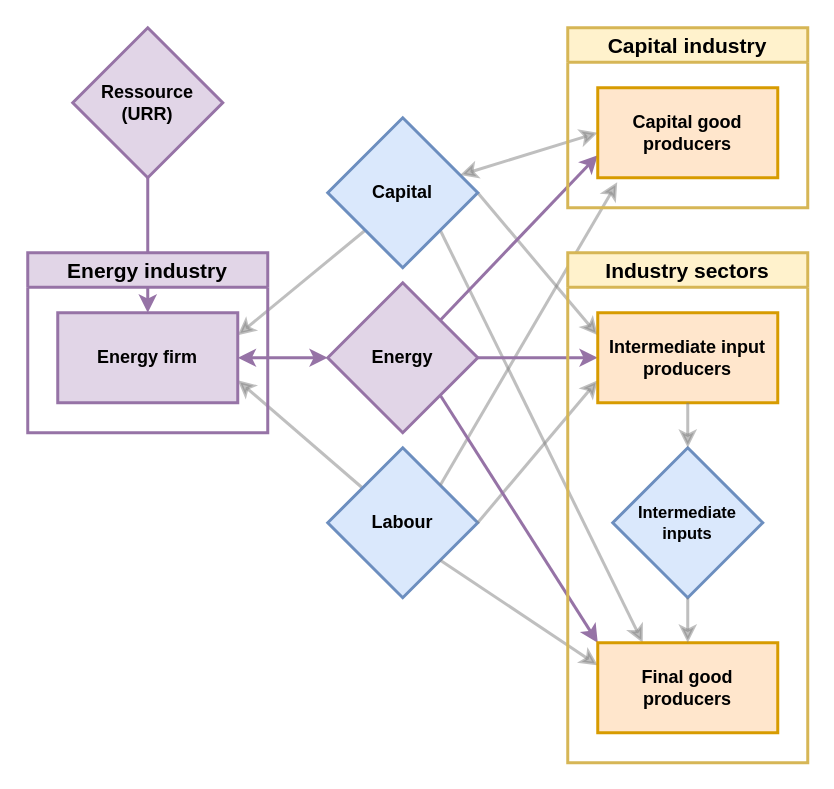
Before: Economy_Industries_inclEnergy.drawio in zauster/draw.io, a draw.io diagram. Source tidied: cells renumbered, new cells numbered last; positions are measured from the earlier drawing's top-left corner, leaving out a move shared by most shapes. Both pictures are drawn from the tidied source at 150%, with x=0, y=0 at pixel (27, 27).
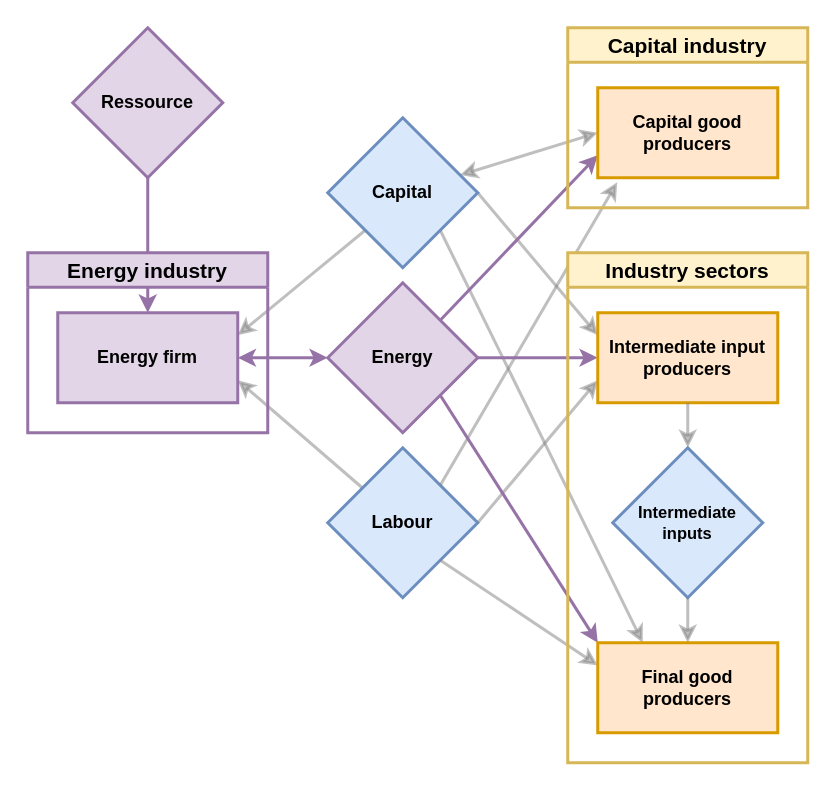
Above is the later version.

The edit, as a diff of the source:
```diff
@@
-    <mxCell id="13" value="&lt;div&gt;Ressource&lt;/div&gt;&lt;div&gt;(URR)&lt;br&gt;&lt;/div&gt;" style="rhombus;whiteSpace=wrap;html=1;fillColor=#e1d5e7;strokeColor=#9673a6;strokeWidth=2;fontStyle=1;" parent="1" vertex="1">
+    <mxCell id="13" value="&lt;div&gt;Ressource&lt;/div&gt;" style="rhombus;whiteSpace=wrap;html=1;fillColor=#e1d5e7;strokeColor=#9673a6;strokeWidth=2;fontStyle=1;" parent="1" vertex="1">
       <mxGeometry x="30" width="100" height="100" as="geometry" />
     </mxCell>
```
